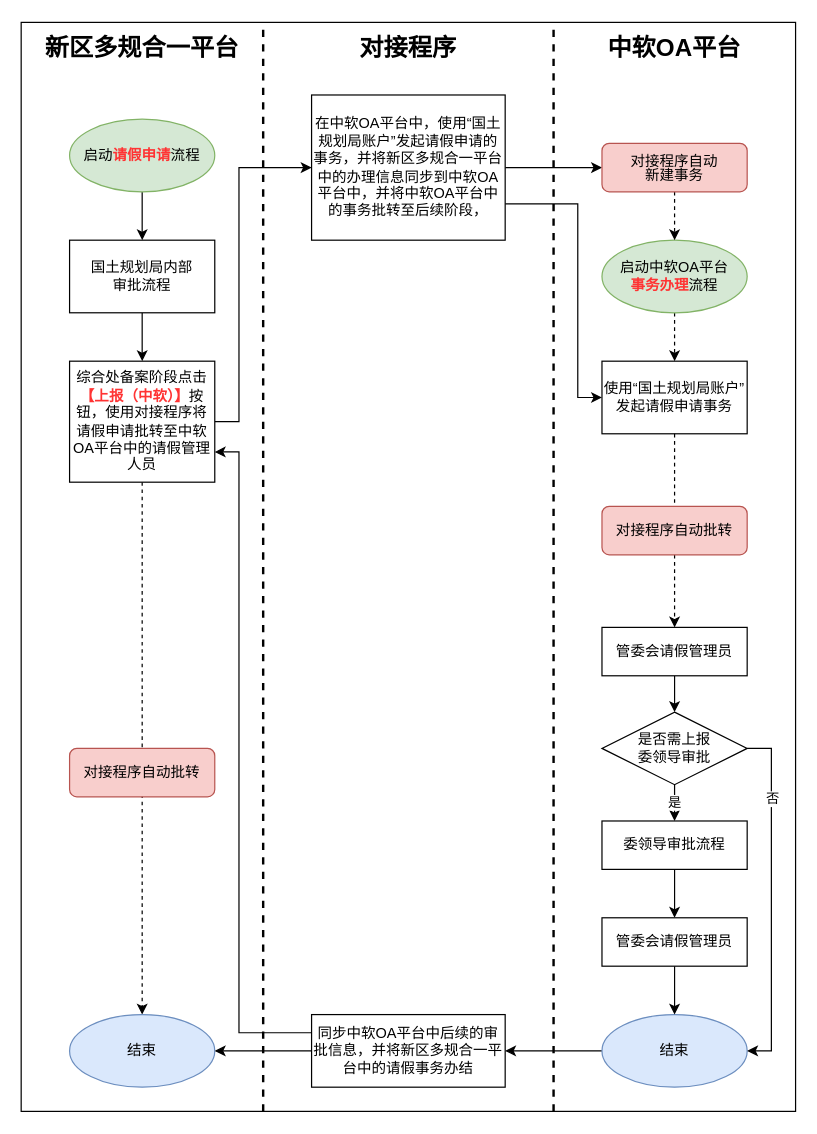
Before: page "事务管理-请销假" (8 of 8) of 中软对接.drawio in 806100963/draw.io, a draw.io diagram. Source tidied: cells renumbered, new cells numbered last; positions are measured from the earlier drawing's top-left corner, leaving out a move shared by most shapes. Both pictures are drawn from the tidied source at 121%, with x=0, y=0 at pixel (21, 22).
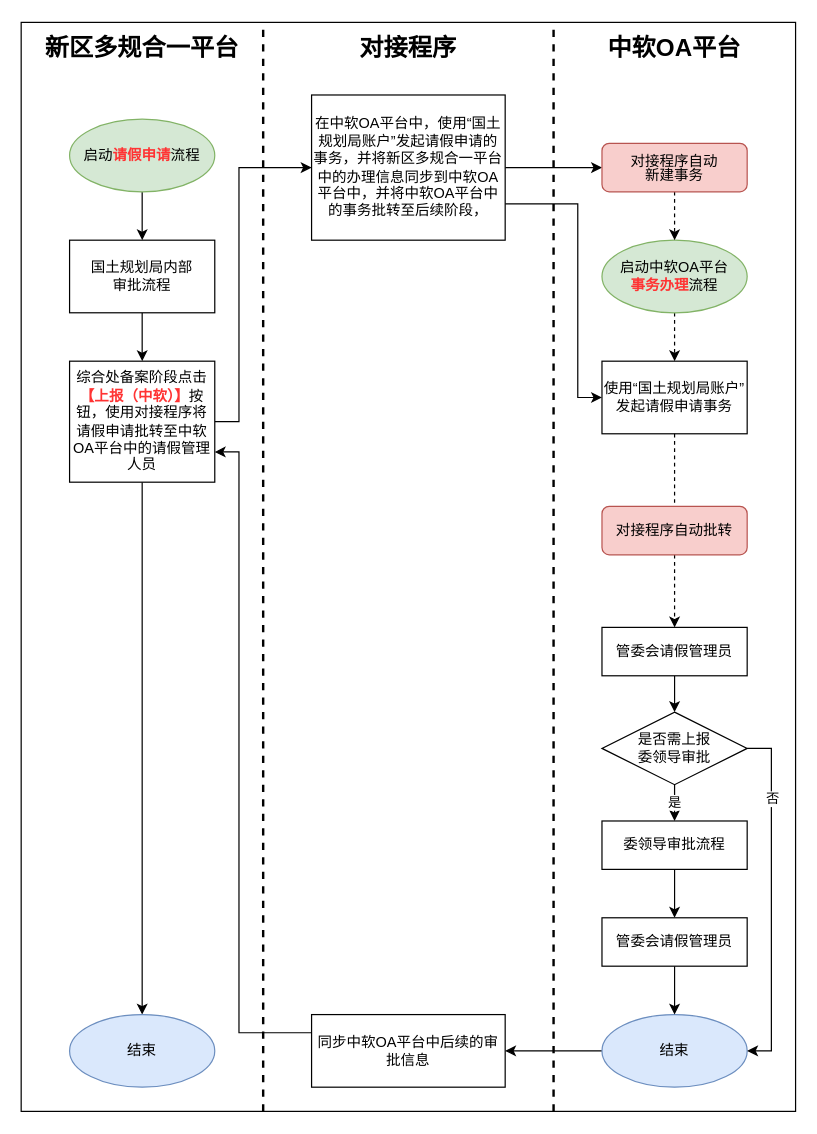
The same diagram, later.

Unchanged cells that the change refers to:
```xml
<mxCell id="9" value="综合处备案阶段点击&lt;b&gt;&lt;font color=&quot;#ff3333&quot;&gt;【上报（中软）】&lt;/font&gt;&lt;/b&gt;按钮，使用对接程序将请假申请批转至中软OA平台中的请假管理人员" style="rounded=0;whiteSpace=wrap;html=1;" parent="1" vertex="1">
  <mxGeometry x="40" y="280" width="120" height="100" as="geometry" />
</mxCell>
<mxCell id="26" value="结束" style="ellipse;whiteSpace=wrap;html=1;rounded=0;fillColor=#dae8fc;strokeColor=#6c8ebf;" parent="1" vertex="1">
  <mxGeometry x="40" y="820" width="120" height="60" as="geometry" />
</mxCell>
```

What changed in the source:
```diff
@@
-    <mxCell id="8" style="edgeStyle=orthogonalEdgeStyle;rounded=0;jettySize=auto;html=1;exitX=0.5;exitY=1;exitDx=0;exitDy=0;entryX=0.5;entryY=0;entryDx=0;entryDy=0;dashed=1;" parent="1" edge="1" source="9" target="26">
+    <mxCell id="8" style="edgeStyle=orthogonalEdgeStyle;rounded=0;jettySize=auto;html=1;exitX=0.5;exitY=1;exitDx=0;exitDy=0;" parent="1" edge="1" source="9" target="26">
       <mxGeometry relative="1" as="geometry" />
     </mxCell>
@@
-    <mxCell id="36" style="edgeStyle=orthogonalEdgeStyle;rounded=0;jettySize=auto;html=1;exitX=0;exitY=0.5;exitDx=0;exitDy=0;entryX=1;entryY=0.5;entryDx=0;entryDy=0;" parent="1" edge="1" source="38" target="26">
-      <mxGeometry relative="1" as="geometry" />
-    </mxCell>
@@
-    <mxCell id="38" value="同步中软OA平台中后续的审批信息，并将新区多规合一平台中的请假事务办结" style="rounded=0;whiteSpace=wrap;html=1;" parent="1" vertex="1">
+    <mxCell id="38" value="同步中软OA平台中后续的审批信息" style="rounded=0;whiteSpace=wrap;html=1;" parent="1" vertex="1">
       <mxGeometry x="240" y="820" width="160" height="60" as="geometry" />
     </mxCell>
@@
-    <mxCell id="41" value="&lt;span style=&quot;text-align: justify&quot;&gt;对接程序自动批转&lt;/span&gt;" style="rounded=1;whiteSpace=wrap;html=1;fillColor=#f8cecc;strokeColor=#b85450;" parent="1" vertex="1">
-      <mxGeometry x="40" y="600" width="120" height="40" as="geometry" />
-    </mxCell>
```
